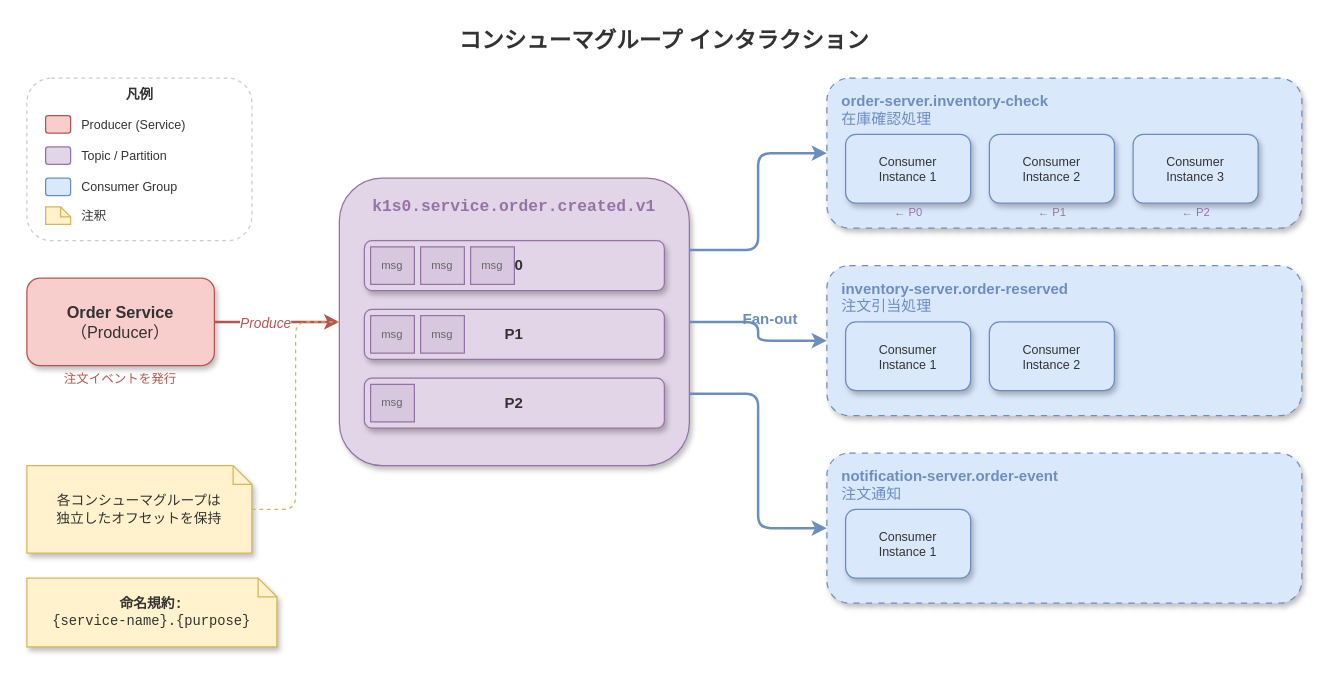
Before: docs/architecture/messaging/images/consumer-group-interaction.drawio in RyuheiKiso/k1s0, a draw.io diagram. Source tidied: cells renumbered, new cells numbered last; positions are measured from the earlier drawing's top-left corner, leaving out a move shared by most shapes. Both pictures are drawn from the tidied source at 125%, with x=0, y=0 at pixel (26, 21).
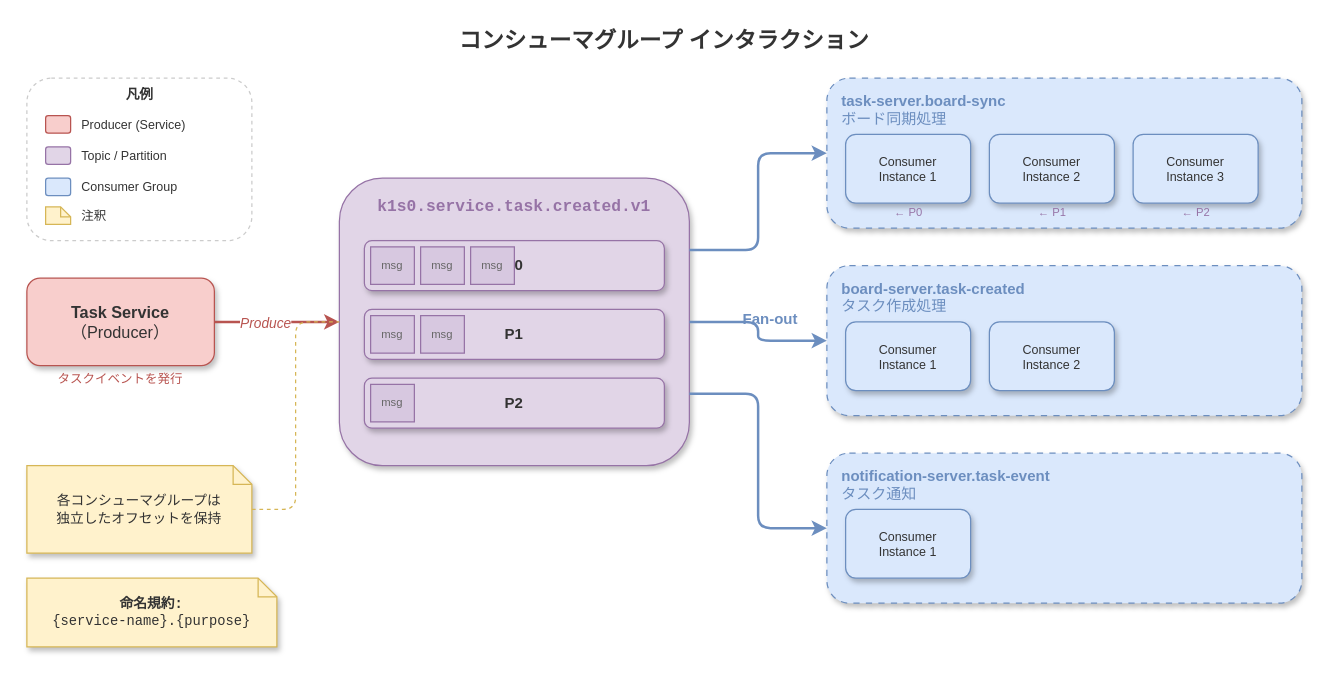
The same page after the edit.

Change to the diagram source:
```diff
@@
-    <mxCell id="3" value="&lt;b&gt;Order Service&lt;/b&gt;&#10;（Producer）" style="rounded=1;whiteSpace=wrap;html=1;shadow=1;fillColor=#F8CECC;strokeColor=#B85450;fontColor=#333333;fontSize=13;align=center;verticalAlign=middle;" parent="1" vertex="1">
+    <mxCell id="3" value="&lt;b&gt;Task Service&lt;/b&gt;&#10;（Producer）" style="rounded=1;whiteSpace=wrap;html=1;shadow=1;fillColor=#F8CECC;strokeColor=#B85450;fontColor=#333333;fontSize=13;align=center;verticalAlign=middle;" parent="1" vertex="1">
       <mxGeometry y="205" width="150" height="70" as="geometry" />
     </mxCell>
@@
-    <mxCell id="5" value="&lt;b&gt;k1s0.service.order.created.v1&lt;/b&gt;" style="text;html=1;align=center;verticalAlign=middle;whiteSpace=wrap;rounded=0;fontSize=13;fontColor=#9673A6;fontStyle=1;fontFamily=Courier New;" parent="1" vertex="1">
+    <mxCell id="5" value="&lt;b&gt;k1s0.service.task.created.v1&lt;/b&gt;" style="text;html=1;align=center;verticalAlign=middle;whiteSpace=wrap;rounded=0;fontSize=13;fontColor=#9673A6;fontStyle=1;fontFamily=Courier New;" parent="1" vertex="1">
       <mxGeometry x="260" y="135" width="260" height="25" as="geometry" />
     </mxCell>
@@
-    <mxCell id="18" value="&lt;b&gt;order-server.inventory-check&lt;/b&gt;&#10;在庫確認処理" style="text;html=1;align=left;verticalAlign=top;whiteSpace=wrap;rounded=0;fontSize=12;fontColor=#6C8EBF;fontStyle=0;" parent="1" vertex="1">
+    <mxCell id="18" value="&lt;b&gt;task-server.board-sync&lt;/b&gt;&#10;ボード同期処理" style="text;html=1;align=left;verticalAlign=top;whiteSpace=wrap;rounded=0;fontSize=12;fontColor=#6C8EBF;fontStyle=0;" parent="1" vertex="1">
       <mxGeometry x="650" y="50" width="250" height="35" as="geometry" />
     </mxCell>
@@
-    <mxCell id="26" value="&lt;b&gt;inventory-server.order-reserved&lt;/b&gt;&#10;注文引当処理" style="text;html=1;align=left;verticalAlign=top;whiteSpace=wrap;rounded=0;fontSize=12;fontColor=#6C8EBF;fontStyle=0;" parent="1" vertex="1">
+    <mxCell id="26" value="&lt;b&gt;board-server.task-created&lt;/b&gt;&#10;タスク作成処理" style="text;html=1;align=left;verticalAlign=top;whiteSpace=wrap;rounded=0;fontSize=12;fontColor=#6C8EBF;fontStyle=0;" parent="1" vertex="1">
       <mxGeometry x="650" y="200" width="270" height="35" as="geometry" />
     </mxCell>
@@
-    <mxCell id="30" value="&lt;b&gt;notification-server.order-event&lt;/b&gt;&#10;注文通知" style="text;html=1;align=left;verticalAlign=top;whiteSpace=wrap;rounded=0;fontSize=12;fontColor=#6C8EBF;fontStyle=0;" parent="1" vertex="1">
+    <mxCell id="30" value="&lt;b&gt;notification-server.task-event&lt;/b&gt;&#10;タスク通知" style="text;html=1;align=left;verticalAlign=top;whiteSpace=wrap;rounded=0;fontSize=12;fontColor=#6C8EBF;fontStyle=0;" parent="1" vertex="1">
       <mxGeometry x="650" y="350" width="270" height="35" as="geometry" />
     </mxCell>
@@
-    <mxCell id="39" value="注文イベントを発行" style="text;html=1;align=center;verticalAlign=middle;whiteSpace=wrap;rounded=0;fontSize=10;fontColor=#B85450;" parent="1" vertex="1">
+    <mxCell id="39" value="タスクイベントを発行" style="text;html=1;align=center;verticalAlign=middle;whiteSpace=wrap;rounded=0;fontSize=10;fontColor=#B85450;" parent="1" vertex="1">
       <mxGeometry y="275" width="150" height="20" as="geometry" />
     </mxCell>
```
